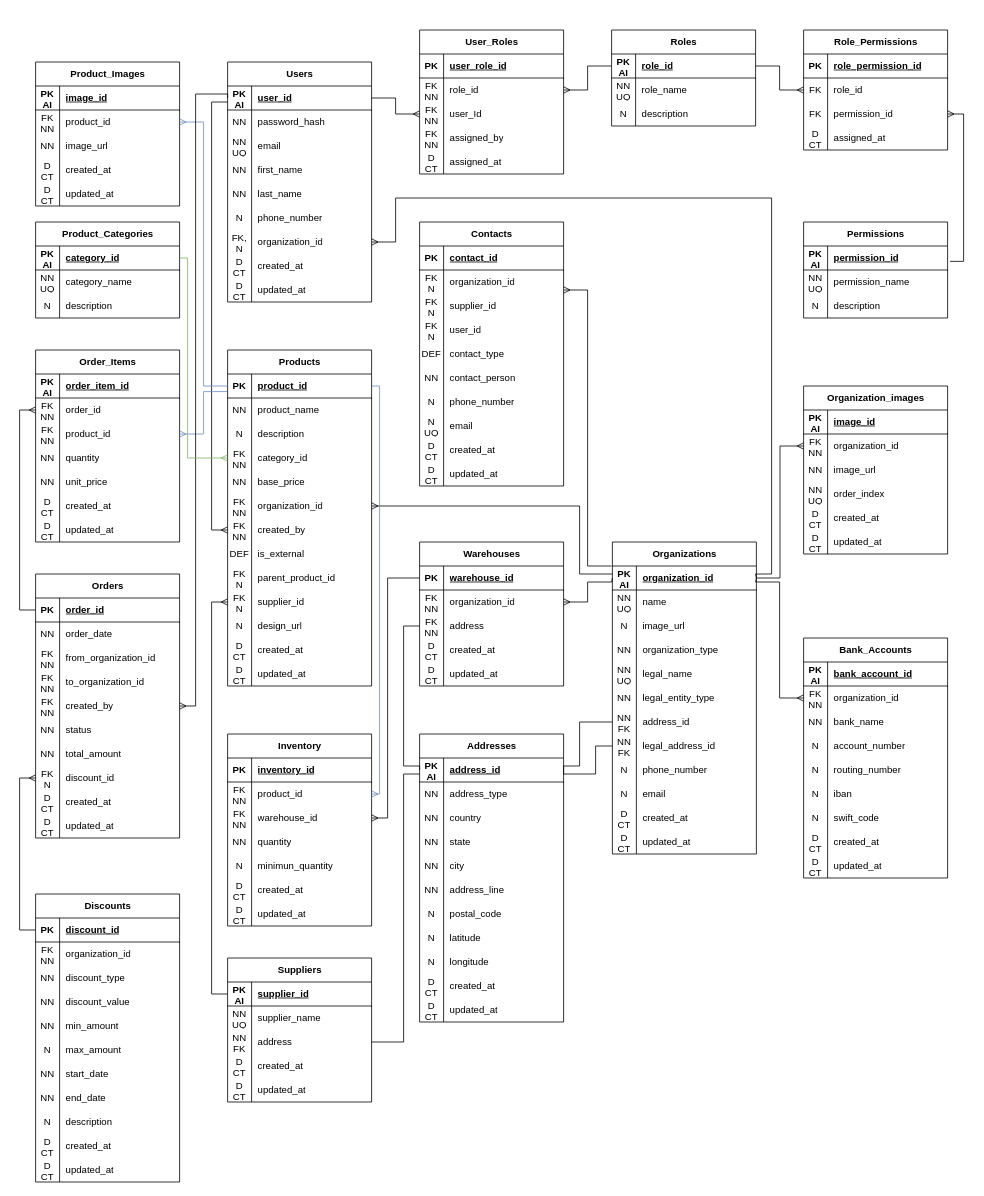
Above: diagram/Диаграмма без названия.drawio in arsen1234567/erp (draw.io), before the change. Source tidied: cells renumbered, new cells numbered last; positions are measured from the earlier drawing's top-left corner, leaving out a move shared by most shapes. Both pictures are drawn from the tidied source at 80%, with x=0, y=0 at pixel (35, 30).
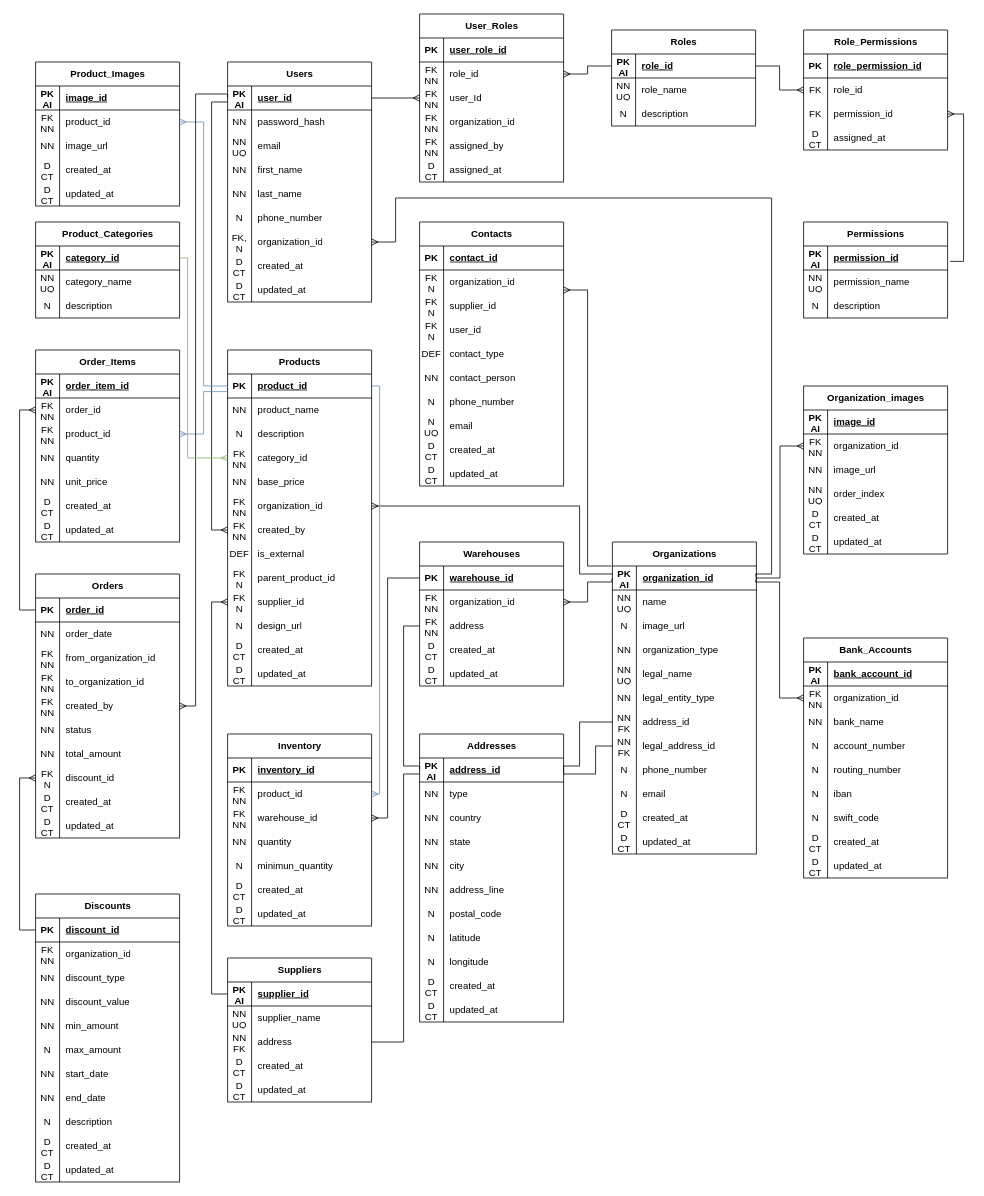
Above is the later version.

The change refers to these unchanged cells:
```xml
<mxCell id="386" style="shape=tableRow;horizontal=0;startSize=0;swimlaneHead=0;swimlaneBody=0;fillColor=none;top=0;left=0;right=0;bottom=0;" parent="382" vertex="1">
  <mxGeometry y="60" width="180" height="30" as="geometry" />
</mxCell>
```

Change to the diagram source:
```diff
@@
     <mxCell id="63" value="User_Roles" style="shape=table;startSize=30;childLayout=tableLayout;rowLines=0;fontStyle=1;align=center;html=1;" parent="1" vertex="1">
-      <mxGeometry x="480" width="180" height="180" as="geometry" />
+      <mxGeometry x="480" y="-20" width="180" height="210" as="geometry" />
     </mxCell>
@@
+    <mxCell id="460" style="shape=tableRow;horizontal=0;startSize=0;swimlaneHead=0;swimlaneBody=0;fillColor=none;top=0;left=0;right=0;bottom=0;" parent="63" vertex="1">
+      <mxGeometry y="120" width="180" height="30" as="geometry" />
+    </mxCell>
+    <mxCell id="461" value="FK&lt;div&gt;NN&lt;/div&gt;" style="shape=partialRectangle;fillColor=none;top=0;left=0;bottom=0;right=0;overflow=hidden;whiteSpace=wrap;html=1;" parent="460" vertex="1">
+      <mxGeometry width="30" height="30" as="geometry" />
+    </mxCell>
+    <mxCell id="462" value="organization_id" style="shape=partialRectangle;fillColor=none;top=0;left=0;bottom=0;right=0;align=left;spacingLeft=6;overflow=hidden;whiteSpace=wrap;html=1;" parent="460" vertex="1">
+      <mxGeometry x="30" width="150" height="30" as="geometry" />
+    </mxCell>
     <mxCell id="73" style="shape=tableRow;horizontal=0;startSize=0;swimlaneHead=0;swimlaneBody=0;fillColor=none;top=0;left=0;right=0;bottom=0;" parent="63" vertex="1">
-      <mxGeometry y="120" width="180" height="30" as="geometry" />
+      <mxGeometry y="150" width="180" height="30" as="geometry" />
     </mxCell>
@@
     <mxCell id="76" style="shape=tableRow;horizontal=0;startSize=0;swimlaneHead=0;swimlaneBody=0;fillColor=none;top=0;left=0;right=0;bottom=0;" parent="63" vertex="1">
-      <mxGeometry y="150" width="180" height="30" as="geometry" />
+      <mxGeometry y="180" width="180" height="30" as="geometry" />
     </mxCell>
@@
-    <mxCell id="388" value="address_type" style="shape=partialRectangle;fillColor=none;top=0;left=0;bottom=0;right=0;align=left;spacingLeft=6;overflow=hidden;whiteSpace=wrap;html=1;" parent="386" vertex="1">
+    <mxCell id="388" value="&lt;div&gt;type&lt;br&gt;&lt;/div&gt;" style="shape=partialRectangle;fillColor=none;top=0;left=0;bottom=0;right=0;align=left;spacingLeft=6;overflow=hidden;whiteSpace=wrap;html=1;" parent="386" vertex="1">
       <mxGeometry x="30" width="150" height="30" as="geometry" />
     </mxCell>
```
